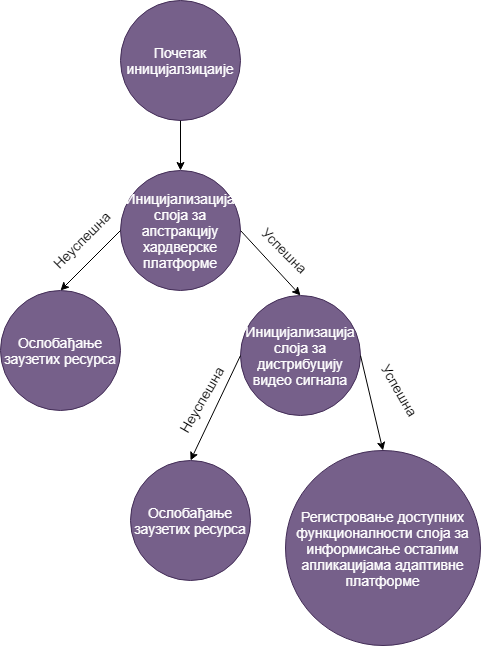
Before: res/fsm-cs.png, a diagram exported from draw.io (rondor1/msc). Source tidied: cells renumbered, new cells last; positions are measured from the earlier drawing's top-left corner, leaving out a move shared by most shapes.
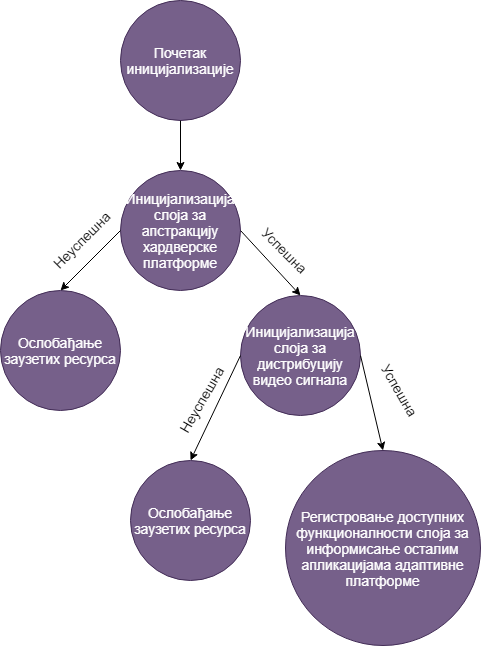
The same file after the commit.

The edit, as a diff of the source:
```diff
@@ -2,7 +2,7 @@
   <root>
     <mxCell id="0" />
     <mxCell id="1" parent="0" />
-    <mxCell id="2" value="&lt;font style=&quot;font-size: 14px&quot;&gt;Почетак иницијалзицаије&lt;/font&gt;" style="ellipse;whiteSpace=wrap;html=1;fillColor=#76608a;strokeColor=#432D57;fontColor=#ffffff;" parent="1" vertex="1">
+    <mxCell id="2" value="&lt;font style=&quot;font-size: 14px&quot;&gt;Почетак иницијализације&lt;/font&gt;" style="ellipse;whiteSpace=wrap;html=1;fillColor=#76608a;strokeColor=#432D57;fontColor=#ffffff;" parent="1" vertex="1">
       <mxGeometry x="120" width="120" height="120" as="geometry" />
     </mxCell>
     <mxCell id="3" value="&lt;font style=&quot;font-size: 14px&quot;&gt;Иницијализација слоја за апстракцију хардверске платформе&lt;/font&gt;" style="ellipse;whiteSpace=wrap;html=1;fillColor=#76608a;strokeColor=#432D57;fontColor=#ffffff;" parent="1" vertex="1">
```
